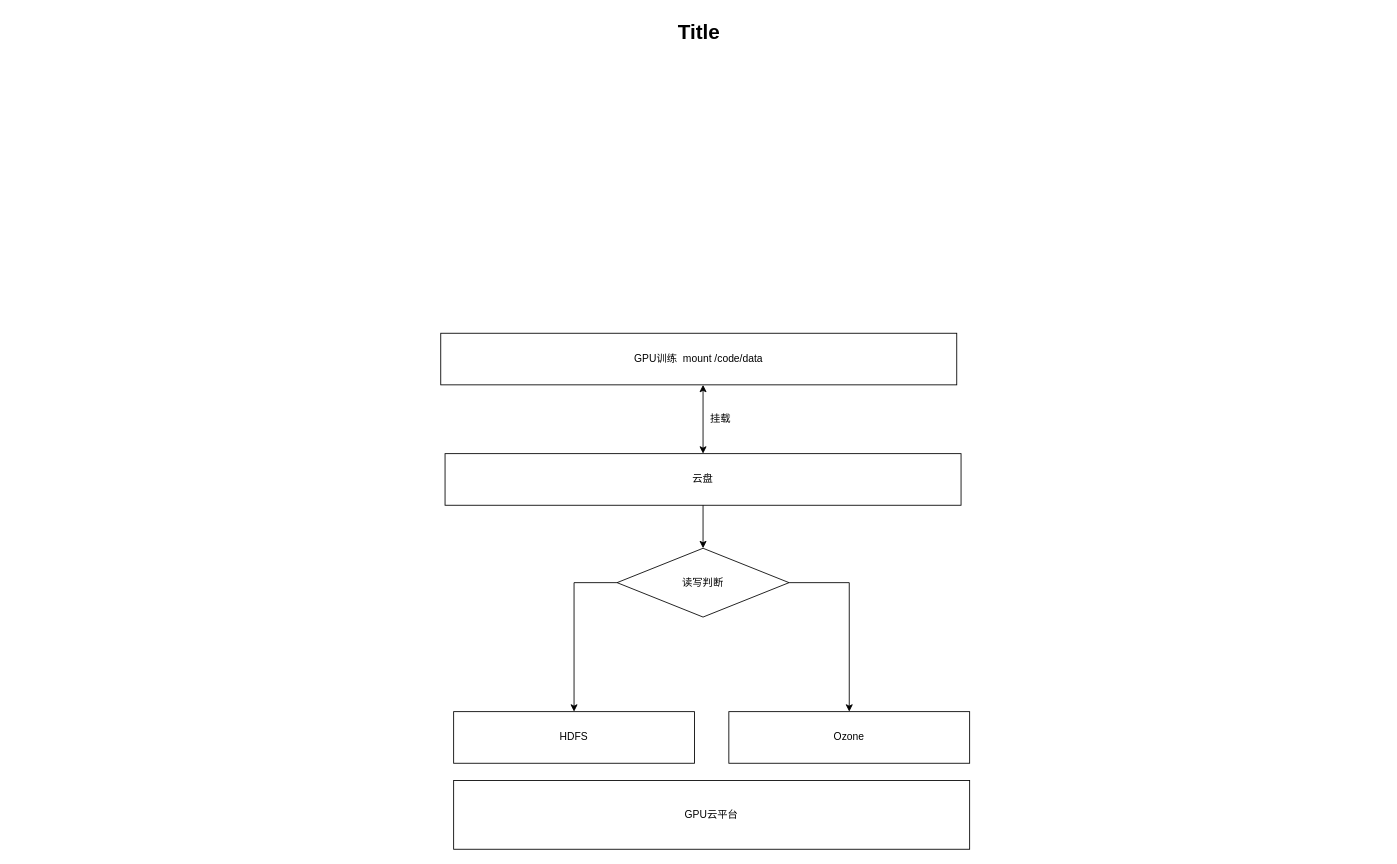
The draw.io diagram ozone/goozonefuseDiagram.drawio in Mengqi777/drawioproject, before the edit. Source tidied: cells renumbered, new cells numbered last; positions are measured from the earlier drawing's top-left corner, leaving out a move shared by most shapes. Both pictures are drawn from the tidied source at 86%, with x=0, y=0 at pixel (15, 15).
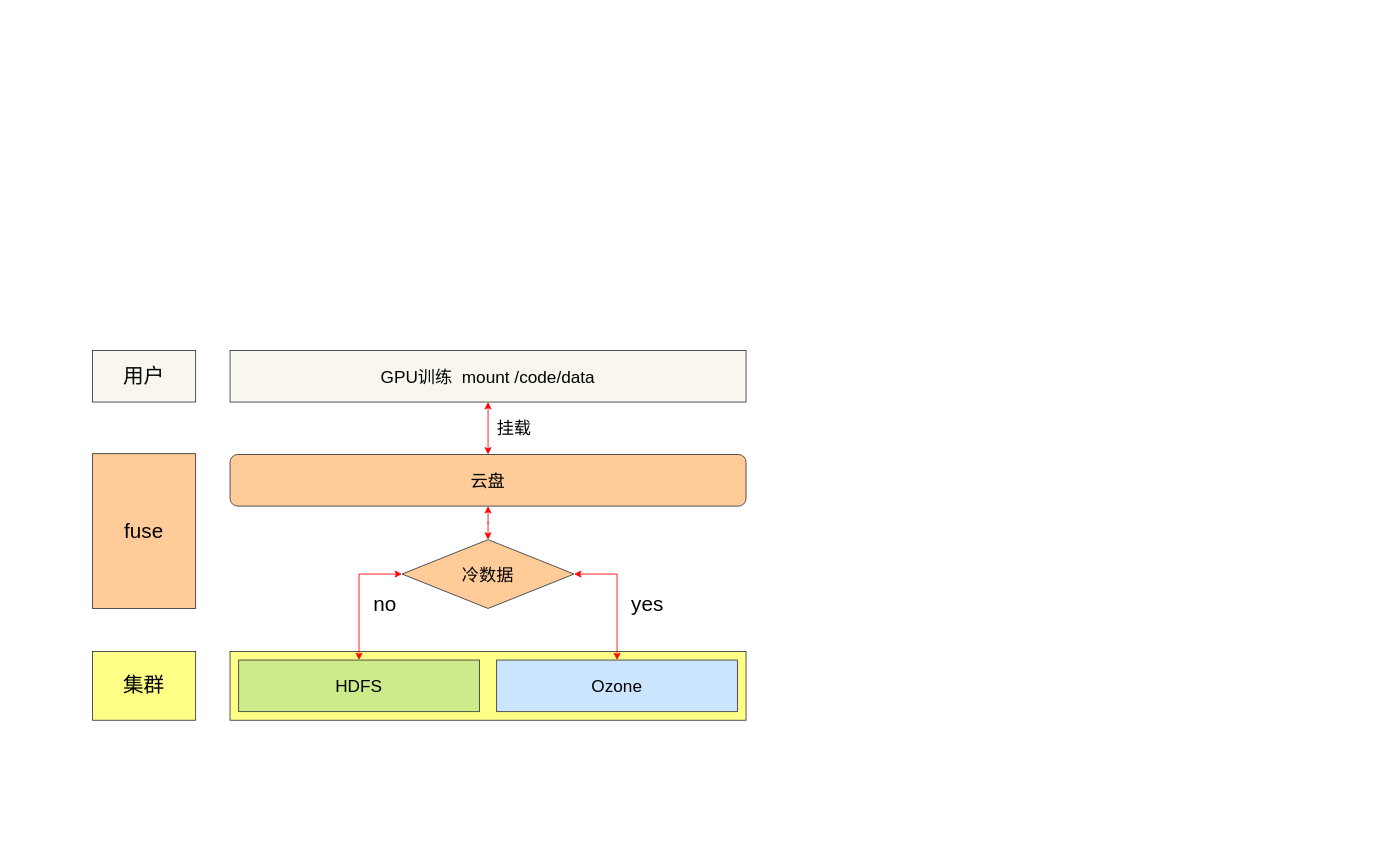
After the change.

Change to the diagram source:
```diff
@@
 <mxGraphModel>
   <root>
     <mxCell id="0" />
     <mxCell id="1" parent="0" />
-    <mxCell id="2" value="Title" style="text;strokeColor=none;fillColor=none;html=1;fontSize=24;fontStyle=1;verticalAlign=middle;align=center;" parent="1" vertex="1">
-      <mxGeometry width="1590" height="40" as="geometry" />
-    </mxCell>
-    <mxCell id="3" value="GPU云平台" style="rounded=0;whiteSpace=wrap;html=1;fillColor=none;" parent="1" vertex="1">
-      <mxGeometry x="510" y="890" width="600" height="80" as="geometry" />
+    <mxCell id="3" style="rounded=0;whiteSpace=wrap;html=1;fillColor=#ffff88;strokeColor=#36393d;fontSize=20;" parent="1" vertex="1">
+      <mxGeometry x="250" y="740" width="600" height="80" as="geometry" />
     </mxCell>
-    <mxCell id="4" value="HDFS" style="rounded=0;whiteSpace=wrap;html=1;fillColor=none;" parent="1" vertex="1">
-      <mxGeometry x="510" y="810" width="280" height="60" as="geometry" />
+    <mxCell id="4" value="HDFS" style="rounded=0;whiteSpace=wrap;html=1;fillColor=#cdeb8b;strokeColor=#36393d;fontSize=20;" parent="1" vertex="1">
+      <mxGeometry x="260" y="750" width="280" height="60" as="geometry" />
     </mxCell>
-    <mxCell id="5" value="Ozone" style="rounded=0;whiteSpace=wrap;html=1;fillColor=none;" parent="1" vertex="1">
-      <mxGeometry x="830" y="810" width="280" height="60" as="geometry" />
+    <mxCell id="5" value="Ozone" style="rounded=0;whiteSpace=wrap;html=1;fillColor=#cce5ff;strokeColor=#36393d;fontSize=20;" parent="1" vertex="1">
+      <mxGeometry x="560" y="750" width="280" height="60" as="geometry" />
     </mxCell>
-    <mxCell id="6" style="edgeStyle=orthogonalEdgeStyle;rounded=0;jettySize=auto;html=1;exitX=0.5;exitY=1;exitDx=0;exitDy=0;" parent="1" edge="1" source="7" target="13">
+    <mxCell id="6" style="edgeStyle=orthogonalEdgeStyle;rounded=0;jettySize=auto;html=1;exitX=0.5;exitY=1;exitDx=0;exitDy=0;fontSize=20;startArrow=classic;startFill=1;strokeColor=#FF0000;" parent="1" edge="1" source="7" target="13">
       <mxGeometry relative="1" as="geometry" />
     </mxCell>
-    <mxCell id="7" value="云盘" style="rounded=0;whiteSpace=wrap;html=1;fillColor=none;" parent="1" vertex="1">
-      <mxGeometry x="500" y="510" width="600" height="60" as="geometry" />
+    <mxCell id="7" value="云盘" style="rounded=1;whiteSpace=wrap;html=1;fillColor=#ffcc99;fontSize=20;strokeColor=#36393d;" parent="1" vertex="1">
+      <mxGeometry x="250" y="511" width="600" height="60" as="geometry" />
     </mxCell>
+    <mxCell id="14" style="edgeStyle=orthogonalEdgeStyle;rounded=0;jettySize=auto;html=1;exitX=0.5;exitY=1;exitDx=0;exitDy=0;entryX=0.5;entryY=0;entryDx=0;entryDy=0;fontSize=20;startArrow=classic;startFill=1;strokeColor=#FF0000;" parent="1" edge="1" source="8" target="7">
+      <mxGeometry relative="1" as="geometry" />
+    </mxCell>
-    <mxCell id="8" value="GPU训练&amp;nbsp; mount /code/data" style="rounded=0;whiteSpace=wrap;html=1;fillColor=none;" parent="1" vertex="1">
-      <mxGeometry x="495" y="370" width="600" height="60" as="geometry" />
+    <mxCell id="8" value="GPU训练&amp;nbsp; mount /code/data" style="rounded=0;whiteSpace=wrap;html=1;fillColor=#f9f7ed;fontSize=20;strokeColor=#36393d;" parent="1" vertex="1">
+      <mxGeometry x="250" y="390" width="600" height="60" as="geometry" />
     </mxCell>
-    <mxCell id="9" style="endArrow=classic;startArrow=classic;html=1;entryX=0.25;entryY=1;entryDx=0;entryDy=0;" parent="1" edge="1">
-      <mxGeometry relative="1" as="geometry">
-        <mxPoint x="800" y="510" as="sourcePoint" />
-        <mxPoint x="800" y="430" as="targetPoint" />
-      </mxGeometry>
-    </mxCell>
-    <mxCell id="10" value="挂载" style="text;html=1;align=center;verticalAlign=middle;" parent="1" vertex="1">
-      <mxGeometry x="800" y="460" width="40" height="20" as="geometry" />
+    <mxCell id="10" value="挂载" style="text;html=1;align=center;verticalAlign=middle;fontSize=20;" parent="1" vertex="1">
+      <mxGeometry x="550" y="465" width="60" height="30" as="geometry" />
     </mxCell>
-    <mxCell id="11" style="edgeStyle=orthogonalEdgeStyle;rounded=0;jettySize=auto;html=1;exitX=1;exitY=0.5;exitDx=0;exitDy=0;entryX=0.5;entryY=0;entryDx=0;entryDy=0;" parent="1" edge="1" source="13" target="5">
+    <mxCell id="11" style="edgeStyle=orthogonalEdgeStyle;rounded=0;jettySize=auto;html=1;exitX=1;exitY=0.5;exitDx=0;exitDy=0;entryX=0.5;entryY=0;entryDx=0;entryDy=0;fontSize=20;startArrow=classic;startFill=1;strokeColor=#FF0000;" parent="1" edge="1" source="13" target="5">
       <mxGeometry relative="1" as="geometry" />
     </mxCell>
-    <mxCell id="12" style="edgeStyle=orthogonalEdgeStyle;rounded=0;jettySize=auto;html=1;exitX=0;exitY=0.5;exitDx=0;exitDy=0;entryX=0.5;entryY=0;entryDx=0;entryDy=0;" parent="1" edge="1" source="13" target="4">
+    <mxCell id="12" style="edgeStyle=orthogonalEdgeStyle;rounded=0;jettySize=auto;html=1;exitX=0;exitY=0.5;exitDx=0;exitDy=0;entryX=0.5;entryY=0;entryDx=0;entryDy=0;fontSize=20;startArrow=classic;startFill=1;strokeColor=#FF0000;" parent="1" edge="1" source="13" target="4">
       <mxGeometry relative="1" as="geometry" />
     </mxCell>
-    <mxCell id="13" value="读写判断" style="rhombus;whiteSpace=wrap;html=1;" parent="1" vertex="1">
-      <mxGeometry x="700" y="620" width="200" height="80" as="geometry" />
+    <mxCell id="13" value="冷数据" style="rhombus;whiteSpace=wrap;html=1;strokeColor=#36393d;fillColor=#ffcc99;fontSize=20;" parent="1" vertex="1">
+      <mxGeometry x="450" y="610" width="200" height="80" as="geometry" />
     </mxCell>
+    <mxCell id="15" value="用户" style="rounded=0;whiteSpace=wrap;html=1;fillColor=#f9f7ed;fontSize=24;strokeColor=#36393d;" parent="1" vertex="1">
+      <mxGeometry x="90" y="390" width="120" height="60" as="geometry" />
+    </mxCell>
+    <mxCell id="16" value="集群" style="rounded=0;whiteSpace=wrap;html=1;fillColor=#ffff88;fontSize=24;strokeColor=#36393d;" parent="1" vertex="1">
+      <mxGeometry x="90" y="740" width="120" height="80" as="geometry" />
+    </mxCell>
+    <mxCell id="17" value="fuse" style="rounded=0;whiteSpace=wrap;html=1;fillColor=#ffcc99;fontSize=24;strokeColor=#36393d;" parent="1" vertex="1">
+      <mxGeometry x="90" y="510" width="120" height="180" as="geometry" />
+    </mxCell>
+    <mxCell id="18" value="no" style="text;html=1;align=center;verticalAlign=middle;fontSize=24;" parent="1" vertex="1">
+      <mxGeometry x="410" y="670" width="40" height="30" as="geometry" />
+    </mxCell>
+    <mxCell id="19" value="yes" style="text;html=1;align=center;verticalAlign=middle;fontSize=24;" parent="1" vertex="1">
+      <mxGeometry x="710" y="670" width="50" height="30" as="geometry" />
+    </mxCell>
   </root>
 </mxGraphModel>
```
